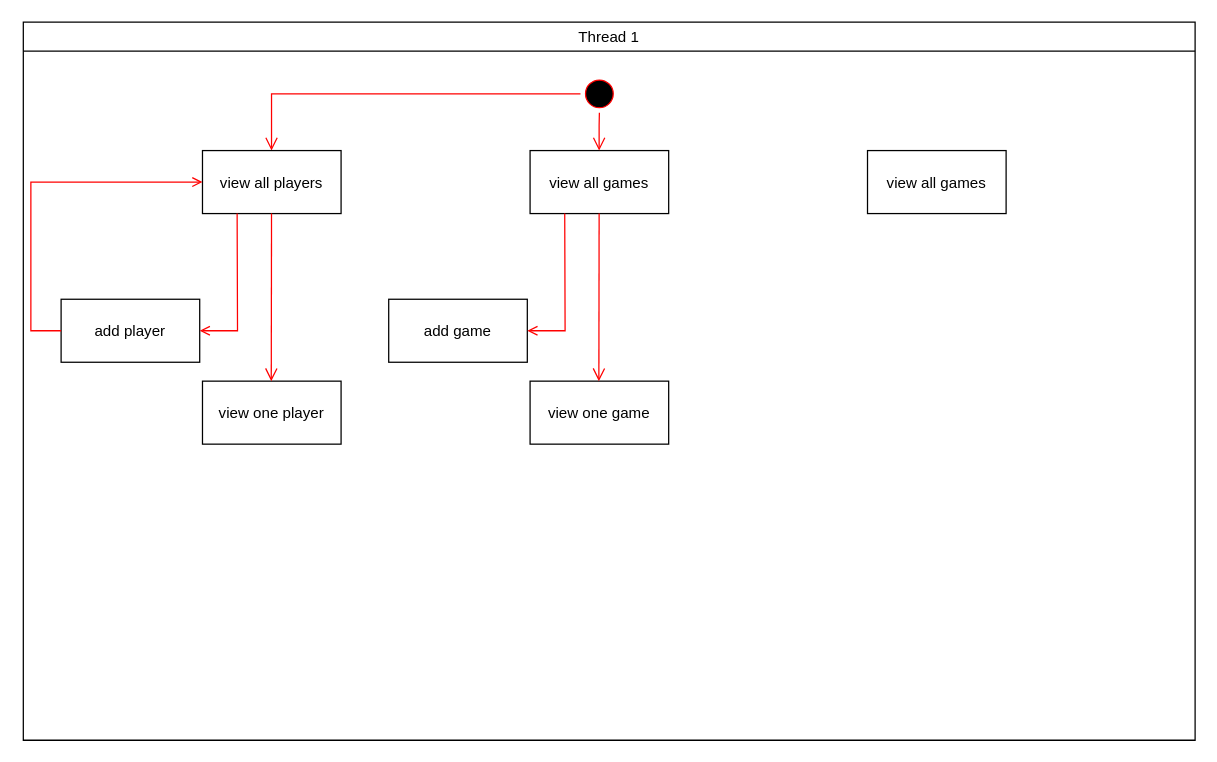
Michael-Python/pda_project_planning keeps this draw.io diagram as Activity Diagram.drawio. Above is the earlier version. Source tidied: cells renumbered, new cells numbered last; positions are measured from the earlier drawing's top-left corner, leaving out a move shared by most shapes. Both pictures are drawn from the tidied source at 126%, with x=0, y=0 at pixel (23, 21).
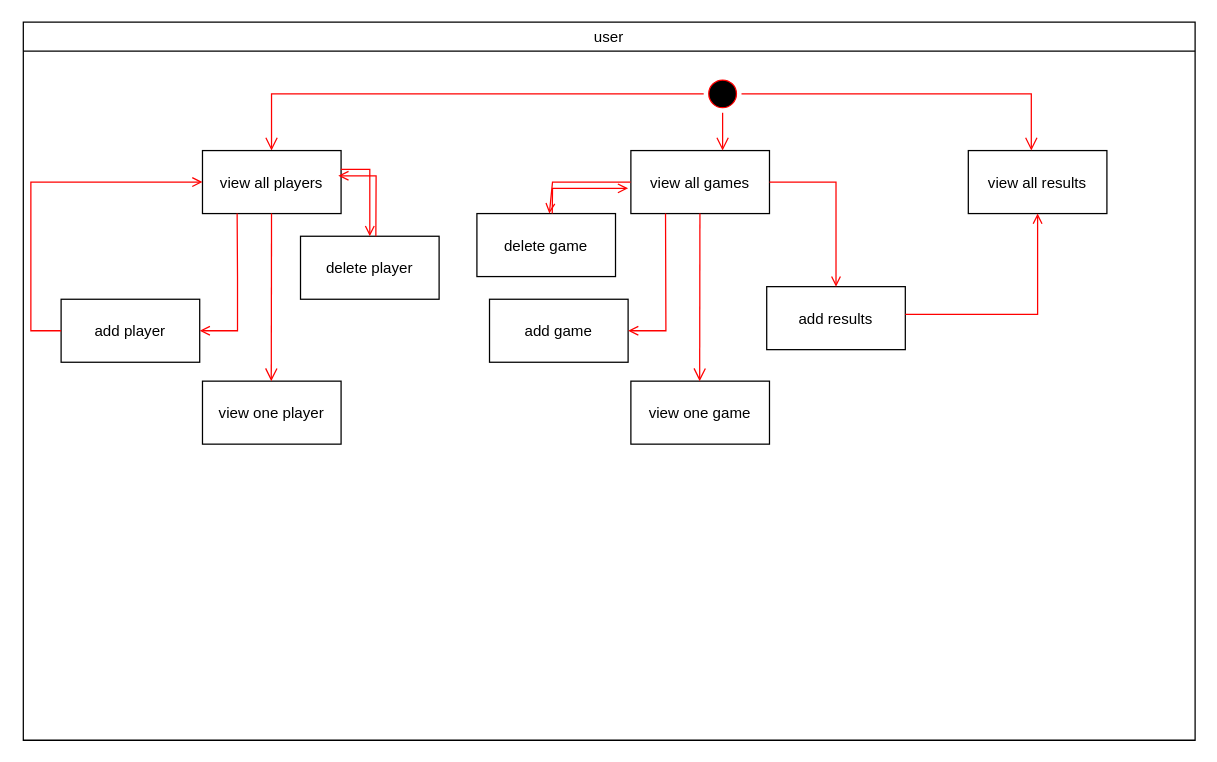
Above is the later version.

Commit message:
Update Activity Diagram all activities.drawio

Unchanged cells that the change refers to:
```xml
<mxCell id="5" value="view all players" parent="2" vertex="1">
  <mxGeometry x="142.2" y="102" width="110" height="50" as="geometry" />
</mxCell>
<mxCell id="6" value="add player" parent="2" vertex="1">
  <mxGeometry x="30" y="220" width="110" height="50" as="geometry" />
</mxCell>
```

The edit, as a diff of the source:
```diff
@@
-    <mxCell id="2" value="Thread 1" style="swimlane;whiteSpace=wrap;fontStyle=0;" parent="1" vertex="1">
+    <mxCell id="2" value="user" style="swimlane;whiteSpace=wrap;fontStyle=0;" parent="1" vertex="1">
       <mxGeometry width="930" height="570" as="geometry" />
     </mxCell>
     <mxCell id="3" style="ellipse;shape=startState;fillColor=#000000;strokeColor=#ff0000;" parent="2" vertex="1">
-      <mxGeometry x="442.2" y="42" width="30" height="30" as="geometry" />
+      <mxGeometry x="540" y="42" width="30" height="30" as="geometry" />
     </mxCell>
@@
     <mxCell id="7" style="endArrow=open;strokeColor=#FF0000;endFill=1;rounded=0;exitX=0.25;exitY=1;exitDx=0;exitDy=0;" parent="2" edge="1" source="5" target="6">
       <mxGeometry relative="1" as="geometry">
         <Array as="points">
+          <mxPoint x="170" y="202" />
           <mxPoint x="170" y="245" />
         </Array>
       </mxGeometry>
     </mxCell>
@@
     <mxCell id="10" value="view all games" parent="2" vertex="1">
-      <mxGeometry x="402.2" y="102" width="110" height="50" as="geometry" />
+      <mxGeometry x="482.2" y="102" width="110" height="50" as="geometry" />
     </mxCell>
     <mxCell id="11" value="add game" parent="2" vertex="1">
-      <mxGeometry x="290" y="220" width="110" height="50" as="geometry" />
+      <mxGeometry x="370" y="220" width="110" height="50" as="geometry" />
     </mxCell>
     <mxCell id="12" style="endArrow=open;strokeColor=#FF0000;endFill=1;rounded=0;exitX=0.25;exitY=1;exitDx=0;exitDy=0;" parent="2" edge="1" source="10" target="11">
       <mxGeometry relative="1" as="geometry">
         <Array as="points">
-          <mxPoint x="430" y="245" />
+          <mxPoint x="510" y="245" />
         </Array>
       </mxGeometry>
     </mxCell>
     <mxCell id="13" value="view one game" parent="2" vertex="1">
-      <mxGeometry x="402.2" y="285" width="110" height="50" as="geometry" />
+      <mxGeometry x="482.2" y="285" width="110" height="50" as="geometry" />
     </mxCell>
-    <mxCell id="14" value="view all games" parent="2" vertex="1">
-      <mxGeometry x="670" y="102" width="110" height="50" as="geometry" />
+    <mxCell id="14" value="view all results" parent="2" vertex="1">
+      <mxGeometry x="750" y="102" width="110" height="50" as="geometry" />
     </mxCell>
     <mxCell id="15" style="edgeStyle=elbowEdgeStyle;elbow=horizontal;verticalAlign=bottom;endArrow=open;endSize=8;strokeColor=#FF0000;endFill=1;rounded=0;" parent="2" edge="1" source="3">
       <mxGeometry x="133" y="-63" as="geometry">
-        <mxPoint x="457" y="102" as="targetPoint" />
+        <mxPoint x="555" y="102" as="targetPoint" />
         <Array as="points">
+          <mxPoint x="555" y="72" />
           <mxPoint x="457" y="82" />
           <mxPoint x="440" y="102" />
         </Array>
       </mxGeometry>
     </mxCell>
     <mxCell id="16" style="edgeStyle=elbowEdgeStyle;elbow=horizontal;verticalAlign=bottom;endArrow=open;endSize=8;strokeColor=#FF0000;endFill=1;rounded=0;" parent="2" edge="1" target="13">
-      <mxGeometry x="92.8" y="-111" as="geometry">
-        <mxPoint x="457" y="152" as="sourcePoint" />
+      <mxGeometry x="172.8" y="-111" as="geometry">
+        <mxPoint x="537" y="152" as="sourcePoint" />
         <Array as="points">
-          <mxPoint x="456.8" y="162" />
-          <mxPoint x="449.8" y="182" />
+          <mxPoint x="536.8" y="162" />
+          <mxPoint x="529.8" y="182" />
         </Array>
       </mxGeometry>
     </mxCell>
@@
+    <mxCell id="18" style="edgeStyle=elbowEdgeStyle;elbow=horizontal;verticalAlign=bottom;endArrow=open;endSize=8;strokeColor=#FF0000;endFill=1;rounded=0;" parent="2" edge="1" source="3">
+      <mxGeometry x="360.5" y="-191" as="geometry">
+        <mxPoint x="800" y="102" as="targetPoint" />
+        <Array as="points">
+          <mxPoint x="800" y="82" />
+        </Array>
+      </mxGeometry>
+    </mxCell>
+    <mxCell id="19" value="add results" parent="2" vertex="1">
+      <mxGeometry x="590" y="210" width="110" height="50" as="geometry" />
+    </mxCell>
+    <mxCell id="20" style="endArrow=open;strokeColor=#FF0000;endFill=1;rounded=0;exitX=1;exitY=0.5;exitDx=0;exitDy=0;" parent="2" edge="1" source="10" target="19">
+      <mxGeometry relative="1" as="geometry">
+        <Array as="points">
+          <mxPoint x="645" y="127" />
+          <mxPoint x="645" y="202" />
+        </Array>
+      </mxGeometry>
+    </mxCell>
+    <mxCell id="21" style="endArrow=open;strokeColor=#FF0000;endFill=1;rounded=0;exitX=1;exitY=0.5;exitDx=0;exitDy=0;entryX=0.5;entryY=1;entryDx=0;entryDy=0;" parent="2" edge="1" target="14">
+      <mxGeometry relative="1" as="geometry">
+        <mxPoint x="700" y="232" as="sourcePoint" />
+        <Array as="points">
+          <mxPoint x="752.8" y="232" />
+          <mxPoint x="805" y="232" />
+        </Array>
+      </mxGeometry>
+    </mxCell>
+    <mxCell id="22" value="delete game" parent="2" vertex="1">
+      <mxGeometry x="360" y="152" width="110" height="50" as="geometry" />
+    </mxCell>
+    <mxCell id="23" value="delete player" parent="2" vertex="1">
+      <mxGeometry x="220" y="170" width="110" height="50" as="geometry" />
+    </mxCell>
+    <mxCell id="24" style="endArrow=open;strokeColor=#FF0000;endFill=1;rounded=0;exitX=0.25;exitY=1;exitDx=0;exitDy=0;entryX=0.5;entryY=0;entryDx=0;entryDy=0;" parent="2" edge="1" target="23">
+      <mxGeometry relative="1" as="geometry">
+        <mxPoint x="252" y="117" as="sourcePoint" />
+        <Array as="points">
+          <mxPoint x="275" y="117" />
+        </Array>
+      </mxGeometry>
+    </mxCell>
+    <mxCell id="25" style="endArrow=open;strokeColor=#FF0000;endFill=1;rounded=0;exitX=0.25;exitY=1;exitDx=0;exitDy=0;" parent="2" edge="1">
+      <mxGeometry relative="1" as="geometry">
+        <mxPoint x="279.8" y="170" as="sourcePoint" />
+        <mxPoint x="250" y="122" as="targetPoint" />
+        <Array as="points">
+          <mxPoint x="280" y="122" />
+        </Array>
+      </mxGeometry>
+    </mxCell>
+    <mxCell id="26" style="endArrow=open;strokeColor=#FF0000;endFill=1;rounded=0;exitX=0.25;exitY=1;exitDx=0;exitDy=0;" parent="2" edge="1">
+      <mxGeometry relative="1" as="geometry">
+        <mxPoint x="419.8" y="152" as="sourcePoint" />
+        <mxPoint x="480" y="132" as="targetPoint" />
+        <Array as="points">
+          <mxPoint x="420" y="132" />
+        </Array>
+      </mxGeometry>
+    </mxCell>
+    <mxCell id="27" style="endArrow=open;strokeColor=#FF0000;endFill=1;rounded=0;exitX=0.25;exitY=1;exitDx=0;exitDy=0;" parent="2" edge="1" target="22">
+      <mxGeometry relative="1" as="geometry">
+        <mxPoint x="482" y="127" as="sourcePoint" />
+        <Array as="points">
+          <mxPoint x="420" y="127" />
+        </Array>
+      </mxGeometry>
+    </mxCell>
```
